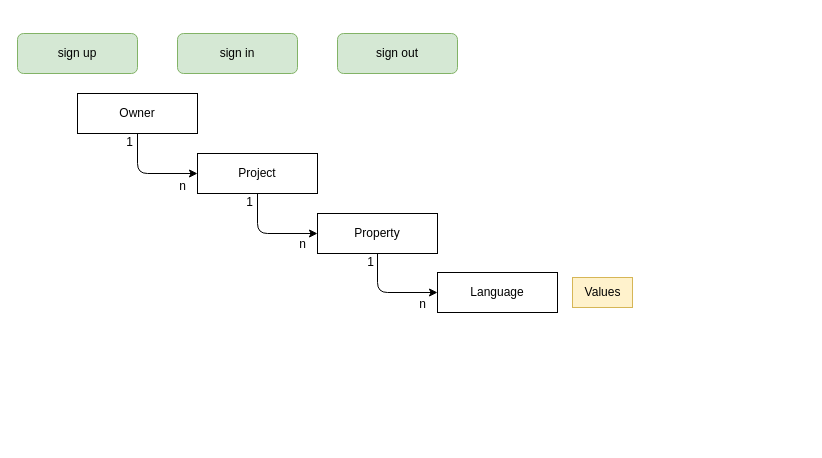
Above: docs/diagrams/create.drawio in DallaValle/SuperLocalizer (draw.io), before the change. Source tidied: cells renumbered, new cells numbered last; positions are measured from the earlier drawing's top-left corner, leaving out a move shared by most shapes. Both pictures are drawn from the tidied source at 100%, with x=0, y=0 at pixel (17, 33).
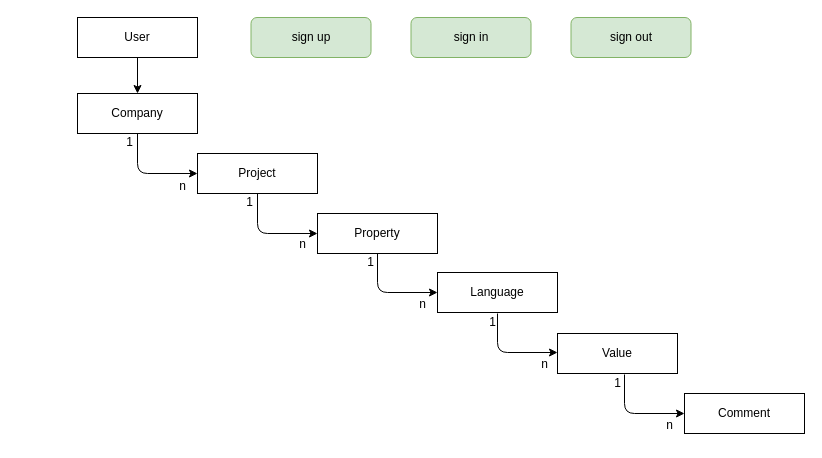
After the change.

What changed in the source:
```diff
@@
     <mxCell id="2" value="sign up" style="whiteSpace=wrap;html=1;rounded=1;fillColor=#d5e8d4;strokeColor=#82b366;" parent="1" vertex="1">
-      <mxGeometry width="120" height="40" as="geometry" />
+      <mxGeometry x="233.5" y="-16" width="120" height="40" as="geometry" />
     </mxCell>
@@
-    <mxCell id="4" value="Owner" style="whiteSpace=wrap;html=1;" parent="1" vertex="1">
+    <mxCell id="4" value="Company" style="whiteSpace=wrap;html=1;" parent="1" vertex="1">
       <mxGeometry x="60" y="60" width="120" height="40" as="geometry" />
     </mxCell>
@@
-    <mxCell id="16" value="Values" style="text;html=1;align=center;verticalAlign=middle;strokeColor=#d6b656;fillColor=#fff2cc;rounded=0;" parent="1" vertex="1">
-      <mxGeometry x="555" y="244" width="60" height="30" as="geometry" />
-    </mxCell>
     <mxCell id="17" value="sign in" style="whiteSpace=wrap;html=1;rounded=1;fillColor=#d5e8d4;strokeColor=#82b366;align=center;verticalAlign=middle;fontFamily=Helvetica;fontSize=12;fontColor=default;" parent="1" vertex="1">
-      <mxGeometry x="160" width="120" height="40" as="geometry" />
+      <mxGeometry x="393.5" y="-16" width="120" height="40" as="geometry" />
     </mxCell>
     <mxCell id="18" value="sign out" style="whiteSpace=wrap;html=1;rounded=1;fillColor=#d5e8d4;strokeColor=#82b366;align=center;verticalAlign=middle;fontFamily=Helvetica;fontSize=12;fontColor=default;" parent="1" vertex="1">
-      <mxGeometry x="320" width="120" height="40" as="geometry" />
+      <mxGeometry x="553.5" y="-16" width="120" height="40" as="geometry" />
     </mxCell>
+    <mxCell id="19" value="Value" style="whiteSpace=wrap;html=1;" parent="1" vertex="1">
+      <mxGeometry x="540" y="300" width="120" height="40" as="geometry" />
+    </mxCell>
+    <mxCell id="20" value="Comment" style="whiteSpace=wrap;html=1;" parent="1" vertex="1">
+      <mxGeometry x="667" y="360" width="120" height="40" as="geometry" />
+    </mxCell>
+    <mxCell id="21" style="edgeStyle=none;html=1;entryX=0;entryY=0.5;entryDx=0;entryDy=0;" parent="1" edge="1">
+      <mxGeometry relative="1" as="geometry">
+        <mxPoint x="480" y="280" as="sourcePoint" />
+        <mxPoint x="540" y="319" as="targetPoint" />
+        <Array as="points">
+          <mxPoint x="480" y="319" />
+        </Array>
+      </mxGeometry>
+    </mxCell>
+    <mxCell id="22" value="n" style="text;html=1;align=center;verticalAlign=middle;strokeColor=none;fillColor=none;" parent="1" vertex="1">
+      <mxGeometry x="512" y="316" width="30" height="30" as="geometry" />
+    </mxCell>
+    <mxCell id="23" value="1" style="text;html=1;align=center;verticalAlign=middle;strokeColor=none;fillColor=none;" parent="1" vertex="1">
+      <mxGeometry x="460" y="274" width="30" height="30" as="geometry" />
+    </mxCell>
+    <mxCell id="24" style="edgeStyle=none;html=1;entryX=0;entryY=0.5;entryDx=0;entryDy=0;" parent="1" edge="1">
+      <mxGeometry relative="1" as="geometry">
+        <mxPoint x="607" y="341" as="sourcePoint" />
+        <mxPoint x="667" y="380" as="targetPoint" />
+        <Array as="points">
+          <mxPoint x="607" y="380" />
+        </Array>
+      </mxGeometry>
+    </mxCell>
+    <mxCell id="25" value="n" style="text;html=1;align=center;verticalAlign=middle;strokeColor=none;fillColor=none;" parent="1" vertex="1">
+      <mxGeometry x="637" y="377" width="30" height="30" as="geometry" />
+    </mxCell>
+    <mxCell id="26" value="1" style="text;html=1;align=center;verticalAlign=middle;strokeColor=none;fillColor=none;" parent="1" vertex="1">
+      <mxGeometry x="585" y="335" width="30" height="30" as="geometry" />
+    </mxCell>
+    <mxCell id="27" style="edgeStyle=none;html=1;" parent="1" edge="1" source="28" target="4">
+      <mxGeometry relative="1" as="geometry" />
+    </mxCell>
+    <mxCell id="28" value="User" style="whiteSpace=wrap;html=1;" parent="1" vertex="1">
+      <mxGeometry x="60" y="-16" width="120" height="40" as="geometry" />
+    </mxCell>
```
